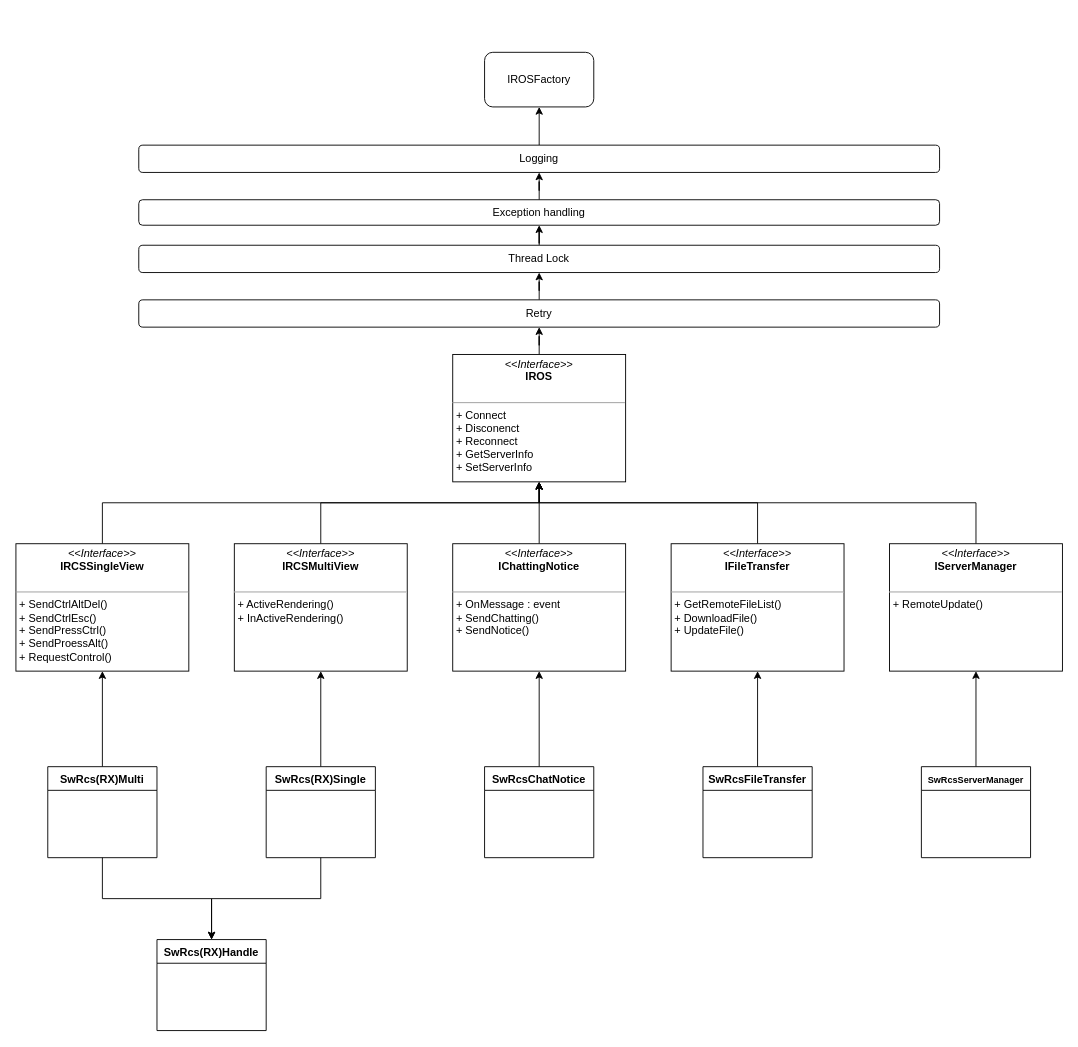
Earlier version of the draw.io diagram etc/ROS_Interface.drawio (rhkdguskim/Study). Source tidied: cells renumbered, new cells numbered last; positions are measured from the earlier drawing's top-left corner, leaving out a move shared by most shapes. Both pictures are drawn from the tidied source at 91%, with x=0, y=0 at pixel (15, 52).
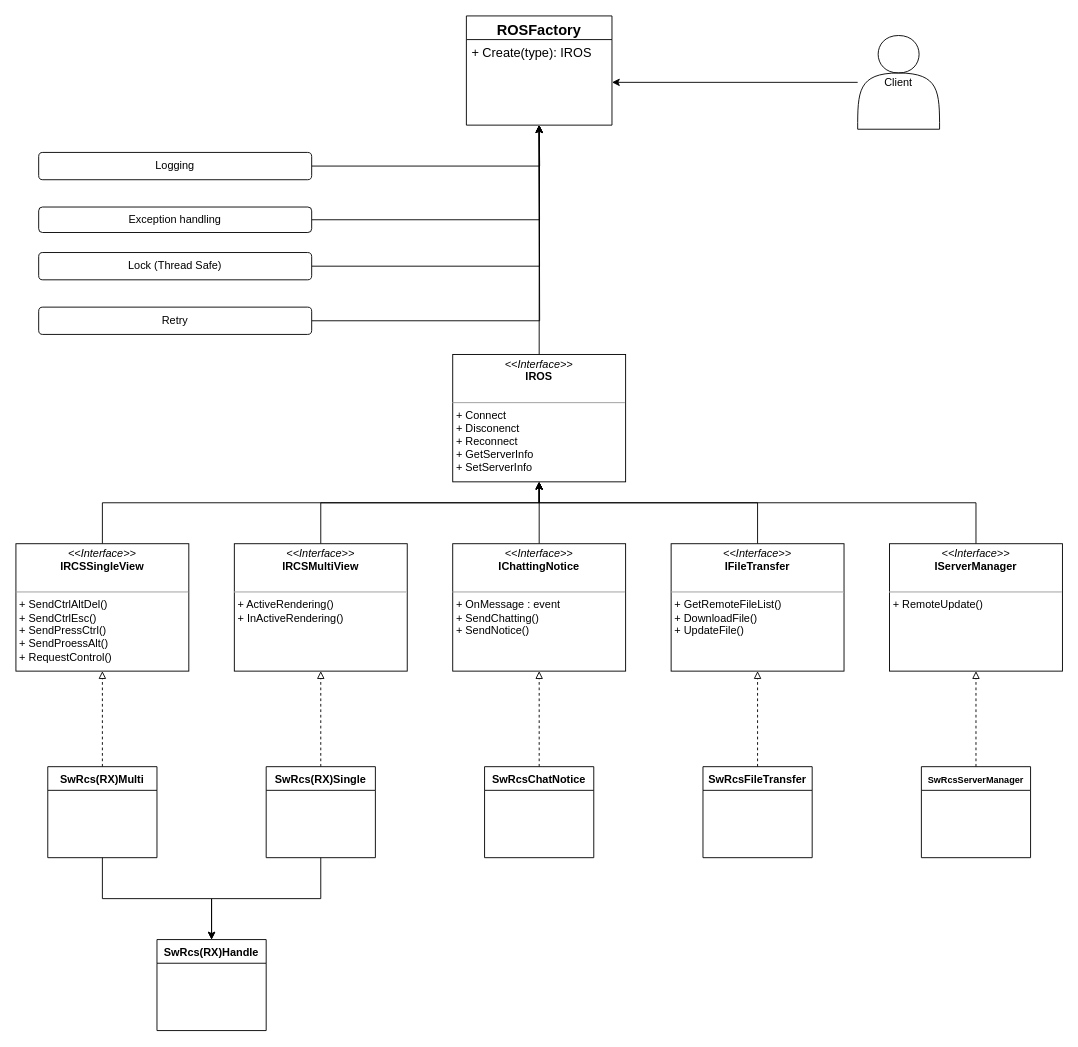
After the change.

The change refers to these unchanged cells:
```xml
<mxCell id="3" value="&lt;p style=&quot;margin:0px;margin-top:4px;text-align:center;&quot;&gt;&lt;i&gt;&amp;lt;&amp;lt;Interface&amp;gt;&amp;gt;&lt;/i&gt;&lt;br&gt;&lt;b&gt;IROS&lt;/b&gt;&lt;/p&gt;&lt;p style=&quot;margin:0px;margin-left:4px;&quot;&gt;&lt;br&gt;&lt;/p&gt;&lt;hr size=&quot;1&quot;&gt;&lt;p style=&quot;margin:0px;margin-left:4px;&quot;&gt;+ Connect&lt;/p&gt;&lt;p style=&quot;margin:0px;margin-left:4px;&quot;&gt;+ Disconenct&lt;/p&gt;&lt;p style=&quot;margin:0px;margin-left:4px;&quot;&gt;+ Reconnect&lt;/p&gt;&lt;p style=&quot;margin:0px;margin-left:4px;&quot;&gt;+ GetServerInfo&lt;/p&gt;&lt;p style=&quot;margin:0px;margin-left:4px;&quot;&gt;+ SetServerInfo&lt;/p&gt;" style="verticalAlign=top;align=left;overflow=fill;fontSize=12;fontFamily=Helvetica;html=1;rounded=0;shadow=0;comic=0;labelBackgroundColor=none;strokeWidth=1;" parent="1" vertex="1">
  <mxGeometry x="480" y="332" width="190" height="140" as="geometry" />
</mxCell>
<mxCell id="5" value="&lt;p style=&quot;margin:0px;margin-top:4px;text-align:center;&quot;&gt;&lt;i&gt;&amp;lt;&amp;lt;Interface&amp;gt;&amp;gt;&lt;/i&gt;&lt;br&gt;&lt;b&gt;IRCSSingleView&lt;/b&gt;&lt;/p&gt;&lt;p style=&quot;margin:0px;margin-left:4px;&quot;&gt;&lt;br&gt;&lt;/p&gt;&lt;hr size=&quot;1&quot;&gt;&lt;p style=&quot;margin:0px;margin-left:4px;&quot;&gt;+ SendCtrlAltDel()&lt;/p&gt;&lt;p style=&quot;margin:0px;margin-left:4px;&quot;&gt;+ SendCtrlEsc()&lt;/p&gt;&lt;p style=&quot;margin:0px;margin-left:4px;&quot;&gt;+ SendPressCtrl()&lt;/p&gt;&lt;p style=&quot;margin:0px;margin-left:4px;&quot;&gt;+ SendProessAlt()&lt;/p&gt;&lt;p style=&quot;margin:0px;margin-left:4px;&quot;&gt;+ RequestControl()&lt;/p&gt;" style="verticalAlign=top;align=left;overflow=fill;fontSize=12;fontFamily=Helvetica;html=1;rounded=0;shadow=0;comic=0;labelBackgroundColor=none;strokeWidth=1;" parent="1" vertex="1">
  <mxGeometry y="540" width="190" height="140" as="geometry" />
</mxCell>
<mxCell id="7" value="&lt;p style=&quot;margin:0px;margin-top:4px;text-align:center;&quot;&gt;&lt;i&gt;&amp;lt;&amp;lt;Interface&amp;gt;&amp;gt;&lt;/i&gt;&lt;br&gt;&lt;b&gt;IRCSMultiView&lt;/b&gt;&lt;/p&gt;&lt;p style=&quot;margin:0px;margin-left:4px;&quot;&gt;&lt;br&gt;&lt;/p&gt;&lt;hr size=&quot;1&quot;&gt;&lt;p style=&quot;margin:0px;margin-left:4px;&quot;&gt;+ ActiveRendering()&lt;/p&gt;&lt;p style=&quot;margin:0px;margin-left:4px;&quot;&gt;+ InActiveRendering()&lt;/p&gt;" style="verticalAlign=top;align=left;overflow=fill;fontSize=12;fontFamily=Helvetica;html=1;rounded=0;shadow=0;comic=0;labelBackgroundColor=none;strokeWidth=1;" parent="1" vertex="1">
  <mxGeometry x="240" y="540" width="190" height="140" as="geometry" />
</mxCell>
<mxCell id="9" value="&lt;p style=&quot;margin:0px;margin-top:4px;text-align:center;&quot;&gt;&lt;i&gt;&amp;lt;&amp;lt;Interface&amp;gt;&amp;gt;&lt;/i&gt;&lt;br&gt;&lt;b&gt;IChattingNotice&lt;/b&gt;&lt;/p&gt;&lt;p style=&quot;margin:0px;margin-left:4px;&quot;&gt;&lt;br&gt;&lt;/p&gt;&lt;hr size=&quot;1&quot;&gt;&lt;p style=&quot;margin:0px;margin-left:4px;&quot;&gt;+ OnMessage : event&lt;/p&gt;&lt;p style=&quot;margin:0px;margin-left:4px;&quot;&gt;+ SendChatting()&lt;/p&gt;&lt;p style=&quot;margin:0px;margin-left:4px;&quot;&gt;+ SendNotice()&lt;/p&gt;" style="verticalAlign=top;align=left;overflow=fill;fontSize=12;fontFamily=Helvetica;html=1;rounded=0;shadow=0;comic=0;labelBackgroundColor=none;strokeWidth=1;" parent="1" vertex="1">
  <mxGeometry x="480" y="540" width="190" height="140" as="geometry" />
</mxCell>
<mxCell id="11" value="&lt;p style=&quot;margin:0px;margin-top:4px;text-align:center;&quot;&gt;&lt;i&gt;&amp;lt;&amp;lt;Interface&amp;gt;&amp;gt;&lt;/i&gt;&lt;br&gt;&lt;b&gt;IFileTransfer&lt;/b&gt;&lt;/p&gt;&lt;p style=&quot;margin:0px;margin-left:4px;&quot;&gt;&lt;br&gt;&lt;/p&gt;&lt;hr size=&quot;1&quot;&gt;&lt;p style=&quot;margin:0px;margin-left:4px;&quot;&gt;+ GetRemoteFileList()&lt;/p&gt;&lt;p style=&quot;margin:0px;margin-left:4px;&quot;&gt;+ DownloadFile()&lt;/p&gt;&lt;p style=&quot;margin:0px;margin-left:4px;&quot;&gt;+ UpdateFile()&lt;/p&gt;" style="verticalAlign=top;align=left;overflow=fill;fontSize=12;fontFamily=Helvetica;html=1;rounded=0;shadow=0;comic=0;labelBackgroundColor=none;strokeWidth=1;" parent="1" vertex="1">
  <mxGeometry x="720" y="540" width="190" height="140" as="geometry" />
</mxCell>
<mxCell id="13" value="&lt;p style=&quot;margin:0px;margin-top:4px;text-align:center;&quot;&gt;&lt;i&gt;&amp;lt;&amp;lt;Interface&amp;gt;&amp;gt;&lt;/i&gt;&lt;br&gt;&lt;b&gt;IServerManager&lt;/b&gt;&lt;/p&gt;&lt;p style=&quot;margin:0px;margin-left:4px;&quot;&gt;&lt;br&gt;&lt;/p&gt;&lt;hr size=&quot;1&quot;&gt;&lt;p style=&quot;margin:0px;margin-left:4px;&quot;&gt;+ RemoteUpdate()&lt;/p&gt;" style="verticalAlign=top;align=left;overflow=fill;fontSize=12;fontFamily=Helvetica;html=1;rounded=0;shadow=0;comic=0;labelBackgroundColor=none;strokeWidth=1;" parent="1" vertex="1">
  <mxGeometry x="960" y="540" width="190" height="140" as="geometry" />
</mxCell>
<mxCell id="17" value="SwRcs(RX)Multi" style="swimlane;fontStyle=1;align=center;verticalAlign=top;horizontal=1;startSize=26;whiteSpace=wrap;html=1;" parent="1" vertex="1">
  <mxGeometry x="35" y="785" width="120" height="100" as="geometry" />
</mxCell>
<mxCell id="20" value="SwRcs(RX)Single" style="swimlane;fontStyle=1;align=center;verticalAlign=top;horizontal=1;startSize=26;whiteSpace=wrap;html=1;" parent="1" vertex="1">
  <mxGeometry x="275" y="785" width="120" height="100" as="geometry" />
</mxCell>
<mxCell id="22" value="SwRcsChatNotice" style="swimlane;fontStyle=1;align=center;verticalAlign=top;horizontal=1;startSize=26;whiteSpace=wrap;html=1;" parent="1" vertex="1">
  <mxGeometry x="515" y="785" width="120" height="100" as="geometry" />
</mxCell>
<mxCell id="24" value="SwRcsFileTransfer" style="swimlane;fontStyle=1;align=center;verticalAlign=top;horizontal=1;startSize=26;whiteSpace=wrap;html=1;" parent="1" vertex="1">
  <mxGeometry x="755" y="785" width="120" height="100" as="geometry" />
</mxCell>
<mxCell id="26" value="&lt;font style=&quot;font-size: 10px;&quot;&gt;SwRcsServerManager&lt;/font&gt;" style="swimlane;fontStyle=1;align=center;verticalAlign=top;horizontal=1;startSize=26;whiteSpace=wrap;html=1;" parent="1" vertex="1">
  <mxGeometry x="995" y="785" width="120" height="100" as="geometry" />
</mxCell>
```

Diff of the diagram source:
```diff
@@
-    <mxCell id="2" style="edgeStyle=orthogonalEdgeStyle;rounded=0;jettySize=auto;html=1;entryX=0.5;entryY=1;entryDx=0;entryDy=0;" parent="1" edge="1" source="3" target="32">
-      <mxGeometry relative="1" as="geometry" />
-    </mxCell>
+    <mxCell id="36" style="edgeStyle=orthogonalEdgeStyle;rounded=0;jettySize=auto;html=1;entryX=0.5;entryY=1;entryDx=0;entryDy=0;" parent="1" edge="1" source="3">
+      <mxGeometry relative="1" as="geometry">
+        <mxPoint x="575" y="80" as="targetPoint" />
+      </mxGeometry>
+    </mxCell>
@@
-    <mxCell id="15" style="edgeStyle=orthogonalEdgeStyle;rounded=0;jettySize=auto;html=1;" parent="1" edge="1" source="17" target="5">
+    <mxCell id="15" style="edgeStyle=orthogonalEdgeStyle;rounded=0;jettySize=auto;html=1;dashed=1;endArrow=block;endFill=0;" parent="1" edge="1" source="17" target="5">
       <mxGeometry relative="1" as="geometry" />
     </mxCell>
@@
-    <mxCell id="18" style="edgeStyle=orthogonalEdgeStyle;rounded=0;jettySize=auto;html=1;" parent="1" edge="1" source="20" target="7">
+    <mxCell id="18" style="edgeStyle=orthogonalEdgeStyle;rounded=0;jettySize=auto;html=1;dashed=1;endArrow=block;endFill=0;" parent="1" edge="1" source="20" target="7">
       <mxGeometry relative="1" as="geometry" />
     </mxCell>
@@
-    <mxCell id="21" style="edgeStyle=orthogonalEdgeStyle;rounded=0;jettySize=auto;html=1;entryX=0.5;entryY=1;entryDx=0;entryDy=0;" parent="1" edge="1" source="22" target="9">
+    <mxCell id="21" style="edgeStyle=orthogonalEdgeStyle;rounded=0;jettySize=auto;html=1;entryX=0.5;entryY=1;entryDx=0;entryDy=0;dashed=1;endArrow=block;endFill=0;" parent="1" edge="1" source="22" target="9">
       <mxGeometry relative="1" as="geometry" />
     </mxCell>
@@
-    <mxCell id="23" style="edgeStyle=orthogonalEdgeStyle;rounded=0;jettySize=auto;html=1;entryX=0.5;entryY=1;entryDx=0;entryDy=0;" parent="1" edge="1" source="24" target="11">
+    <mxCell id="23" style="edgeStyle=orthogonalEdgeStyle;rounded=0;jettySize=auto;html=1;entryX=0.5;entryY=1;entryDx=0;entryDy=0;dashed=1;endArrow=block;endFill=0;" parent="1" edge="1" source="24" target="11">
       <mxGeometry relative="1" as="geometry" />
     </mxCell>
@@
-    <mxCell id="25" style="edgeStyle=orthogonalEdgeStyle;rounded=0;jettySize=auto;html=1;entryX=0.5;entryY=1;entryDx=0;entryDy=0;" parent="1" edge="1" source="26" target="13">
+    <mxCell id="25" style="edgeStyle=orthogonalEdgeStyle;rounded=0;jettySize=auto;html=1;entryX=0.5;entryY=1;entryDx=0;entryDy=0;dashed=1;endArrow=block;endFill=0;" parent="1" edge="1" source="26" target="13">
       <mxGeometry relative="1" as="geometry" />
     </mxCell>
@@
-    <mxCell id="27" style="edgeStyle=orthogonalEdgeStyle;rounded=0;jettySize=auto;html=1;entryX=0.5;entryY=1;entryDx=0;entryDy=0;" parent="1" edge="1" source="28" target="35">
-      <mxGeometry relative="1" as="geometry" />
+    <mxCell id="27" style="edgeStyle=orthogonalEdgeStyle;rounded=0;jettySize=auto;html=1;entryX=0.5;entryY=1;entryDx=0;entryDy=0;" parent="1" edge="1" source="28">
+      <mxGeometry relative="1" as="geometry">
+        <mxPoint x="575" y="80" as="targetPoint" />
+      </mxGeometry>
     </mxCell>
     <mxCell id="28" value="Logging" style="rounded=1;whiteSpace=wrap;html=1;" parent="1" vertex="1">
-      <mxGeometry x="135" y="102" width="880" height="30" as="geometry" />
+      <mxGeometry x="25" y="110" width="300" height="30" as="geometry" />
     </mxCell>
-    <mxCell id="29" style="edgeStyle=orthogonalEdgeStyle;rounded=0;jettySize=auto;html=1;entryX=0.5;entryY=1;entryDx=0;entryDy=0;" parent="1" edge="1" source="30" target="28">
-      <mxGeometry relative="1" as="geometry" />
-    </mxCell>
+    <mxCell id="37" style="edgeStyle=orthogonalEdgeStyle;rounded=0;jettySize=auto;html=1;" parent="1" edge="1" source="30">
+      <mxGeometry relative="1" as="geometry">
+        <mxPoint x="574.9" y="80" as="targetPoint" />
+      </mxGeometry>
+    </mxCell>
     <mxCell id="30" value="Exception handling" style="rounded=1;whiteSpace=wrap;html=1;" parent="1" vertex="1">
-      <mxGeometry x="135" y="162" width="880" height="28" as="geometry" />
+      <mxGeometry x="25" y="170" width="300" height="28" as="geometry" />
     </mxCell>
-    <mxCell id="31" style="edgeStyle=orthogonalEdgeStyle;rounded=0;jettySize=auto;html=1;entryX=0.5;entryY=1;entryDx=0;entryDy=0;" parent="1" edge="1" source="32" target="34">
-      <mxGeometry relative="1" as="geometry" />
-    </mxCell>
+    <mxCell id="38" style="edgeStyle=orthogonalEdgeStyle;rounded=0;jettySize=auto;html=1;entryX=0.5;entryY=1;entryDx=0;entryDy=0;" parent="1" edge="1" source="32">
+      <mxGeometry relative="1" as="geometry">
+        <mxPoint x="575" y="80" as="targetPoint" />
+      </mxGeometry>
+    </mxCell>
     <mxCell id="32" value="Retry" style="rounded=1;whiteSpace=wrap;html=1;" parent="1" vertex="1">
-      <mxGeometry x="135" y="272" width="880" height="30" as="geometry" />
+      <mxGeometry x="25" y="280" width="300" height="30" as="geometry" />
     </mxCell>
-    <mxCell id="33" style="edgeStyle=orthogonalEdgeStyle;rounded=0;jettySize=auto;html=1;" parent="1" edge="1" source="34" target="30">
-      <mxGeometry relative="1" as="geometry" />
-    </mxCell>
+    <mxCell id="39" style="edgeStyle=orthogonalEdgeStyle;rounded=0;jettySize=auto;html=1;" parent="1" edge="1" source="34">
+      <mxGeometry relative="1" as="geometry">
+        <mxPoint x="574.9" y="80" as="targetPoint" />
+      </mxGeometry>
+    </mxCell>
-    <mxCell id="34" value="Thread Lock" style="rounded=1;whiteSpace=wrap;html=1;" parent="1" vertex="1">
-      <mxGeometry x="135" y="212" width="880" height="30" as="geometry" />
+    <mxCell id="34" value="Lock (Thread Safe)" style="rounded=1;whiteSpace=wrap;html=1;" parent="1" vertex="1">
+      <mxGeometry x="25" y="220" width="300" height="30" as="geometry" />
     </mxCell>
-    <mxCell id="35" value="IROSFactory" style="rounded=1;whiteSpace=wrap;html=1;" parent="1" vertex="1">
-      <mxGeometry x="515" width="120" height="60" as="geometry" />
-    </mxCell>
+    <mxCell id="40" value="&lt;font style=&quot;font-size: 16px;&quot;&gt;ROSFactory&lt;/font&gt;" style="swimlane;fontStyle=1;align=center;verticalAlign=top;horizontal=1;startSize=26;whiteSpace=wrap;html=1;" parent="1" vertex="1">
+      <mxGeometry x="495" y="-40" width="160" height="120" as="geometry" />
+    </mxCell>
+    <mxCell id="41" value="&lt;font style=&quot;font-size: 14px;&quot;&gt;+ Create(type): IROS&lt;/font&gt;" style="text;strokeColor=none;fillColor=none;align=left;verticalAlign=top;spacingLeft=4;spacingRight=4;overflow=hidden;points=[[0,0.5],[1,0.5]];portConstraint=eastwest;whiteSpace=wrap;html=1;" parent="40" vertex="1">
+      <mxGeometry y="26" width="160" height="94" as="geometry" />
+    </mxCell>
+    <mxCell id="42" style="edgeStyle=orthogonalEdgeStyle;rounded=0;jettySize=auto;html=1;entryX=1;entryY=0.5;entryDx=0;entryDy=0;" parent="1" edge="1" source="43" target="41">
+      <mxGeometry relative="1" as="geometry" />
+    </mxCell>
+    <mxCell id="43" value="Client" style="shape=actor;whiteSpace=wrap;html=1;" parent="1" vertex="1">
+      <mxGeometry x="925" y="-18.5" width="90" height="103" as="geometry" />
+    </mxCell>
```
